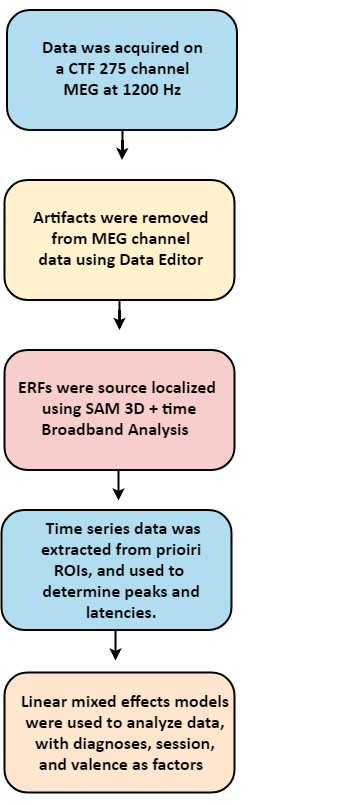
The draw.io diagram Methods_Flowchart.png in linneasf/jupyter, before a commit. Source tidied: cells renumbered, new cells last; positions are measured from the earlier drawing's top-left corner, leaving out a move shared by most shapes.
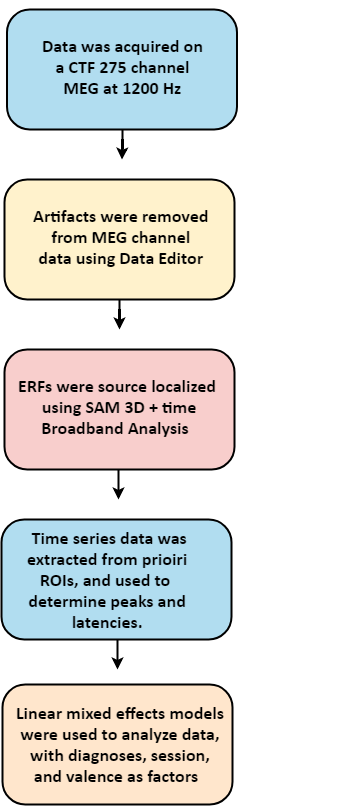
Later version of the same file.

Change to the diagram source:
```diff
@@ -6,14 +6,24 @@
       <mxGeometry y="-0.5" width="353" height="795" as="geometry" />
     </mxCell>
     <mxCell id="3" style="group;" parent="2" vertex="1">
-      <mxGeometry x="3" y="662.5" width="245" height="120" as="geometry" />
+      <mxGeometry y="650" width="245" height="120" as="geometry" />
     </mxCell>
     <mxCell id="4" style="rounded=1;fillColor=#ffe6cc;strokeColor=#000000;arcSize=19;whiteSpace=wrap;html=1;strokeWidth=2;" parent="3" vertex="1">
-      <mxGeometry width="230" height="120" as="geometry" />
+      <mxGeometry x="1" y="25" width="230" height="120" as="geometry" />
     </mxCell>
     <mxCell id="5" value="&lt;span style=&quot;font-size: 17px&quot;&gt;&lt;font face=&quot;calibri&quot; style=&quot;font-size: 18px&quot;&gt;&lt;b&gt;Linear mixed effects models &lt;br&gt;were used to analyze data, &lt;br&gt;with diagnoses, session, &lt;br&gt;and valence as factors&amp;nbsp;&lt;/b&gt; &amp;nbsp;&lt;/font&gt;&lt;/span&gt;" style="text;html=1;align=center;verticalAlign=middle;fillColor=none;strokeColor=none;rounded=0;fontFamily=Maple;" parent="3" vertex="1">
-      <mxGeometry x="7.5" y="25" width="230" height="70" as="geometry" />
+      <mxGeometry x="5.5" y="50" width="230" height="70" as="geometry" />
     </mxCell>
+    <mxCell id="24" style="edgeStyle=orthogonalEdgeStyle;rounded=0;orthogonalLoop=1;jettySize=auto;html=1;strokeWidth=2;" parent="3" edge="1">
+      <mxGeometry relative="1" as="geometry">
+        <mxPoint x="116" y="-20" as="sourcePoint" />
+        <mxPoint x="116" y="10" as="targetPoint" />
+        <Array as="points">
+          <mxPoint x="116" />
+          <mxPoint x="116" />
+        </Array>
+      </mxGeometry>
+    </mxCell>
     <mxCell id="6" style="group;" parent="2" vertex="1">
       <mxGeometry x="3" y="170" width="230" height="150" as="geometry" />
     </mxCell>
@@ -71,20 +81,10 @@
       <mxGeometry y="500" width="353" height="120" as="geometry" />
     </mxCell>
     <mxCell id="21" style="rounded=1;fillColor=#b1ddf0;strokeColor=#000000;arcSize=19;whiteSpace=wrap;html=1;strokeWidth=2;" parent="20" vertex="1">
-      <mxGeometry width="230" height="120" as="geometry" />
+      <mxGeometry y="10" width="230" height="120" as="geometry" />
     </mxCell>
     <mxCell id="22" value="&lt;font style=&quot;font-size: 18px&quot; face=&quot;calibri&quot;&gt;&lt;b&gt;&amp;nbsp;Time series data was &lt;br&gt;extracted from prioiri &lt;br&gt;ROIs, and used to&amp;nbsp;&amp;nbsp;&lt;br&gt;determine peaks and &lt;br&gt;latencies.&amp;nbsp;&lt;/b&gt;&lt;/font&gt;" style="text;html=1;align=center;verticalAlign=middle;fillColor=none;strokeColor=none;rounded=0;fontFamily=mapel;" parent="20" vertex="1">
-      <mxGeometry x="32" y="15" width="180" height="90" as="geometry" />
+      <mxGeometry x="17.5" y="25" width="180" height="90" as="geometry" />
     </mxCell>
-    <mxCell id="23" style="edgeStyle=orthogonalEdgeStyle;rounded=0;orthogonalLoop=1;jettySize=auto;html=1;strokeWidth=2;" parent="2" edge="1">
-      <mxGeometry relative="1" as="geometry">
-        <mxPoint x="114" y="620" as="sourcePoint" />
-        <mxPoint x="114" y="650" as="targetPoint" />
-        <Array as="points">
-          <mxPoint x="114" y="640" />
-          <mxPoint x="114" y="640" />
-        </Array>
-      </mxGeometry>
-    </mxCell>
   </root>
 </mxGraphModel>
```
